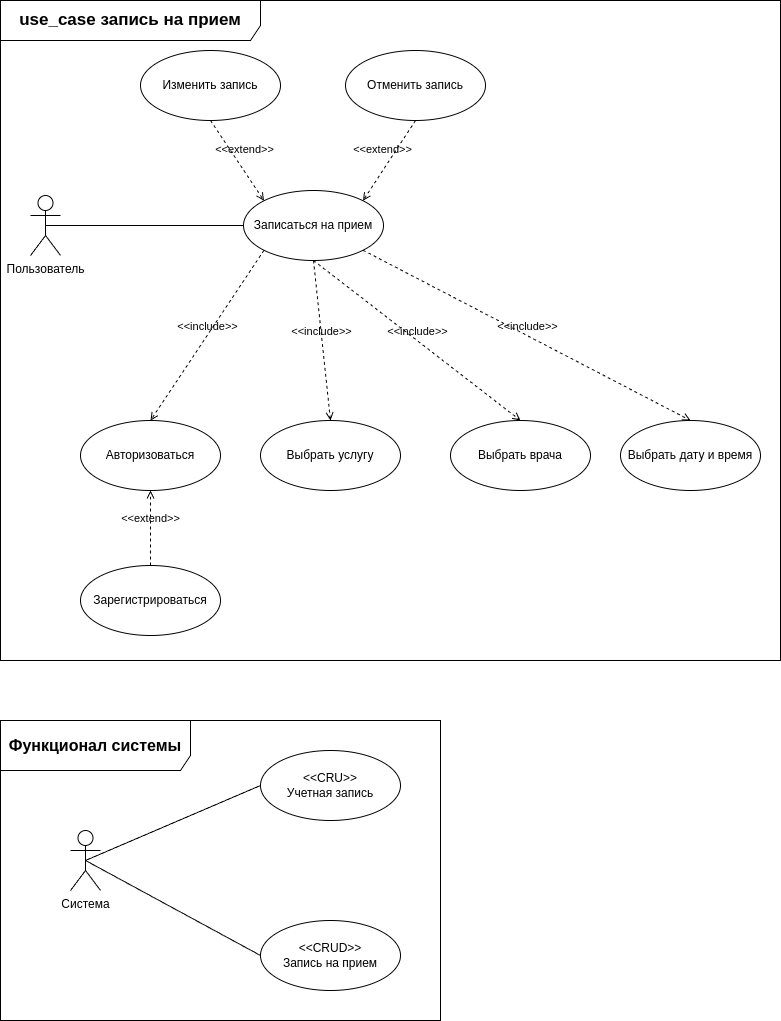
Before: lab3/use_case.png, a diagram exported from draw.io (nedeadinside/oaoaoaoaoaoaoaoa). Source tidied: cells renumbered, new cells last; positions are measured from the earlier drawing's top-left corner, leaving out a move shared by most shapes.
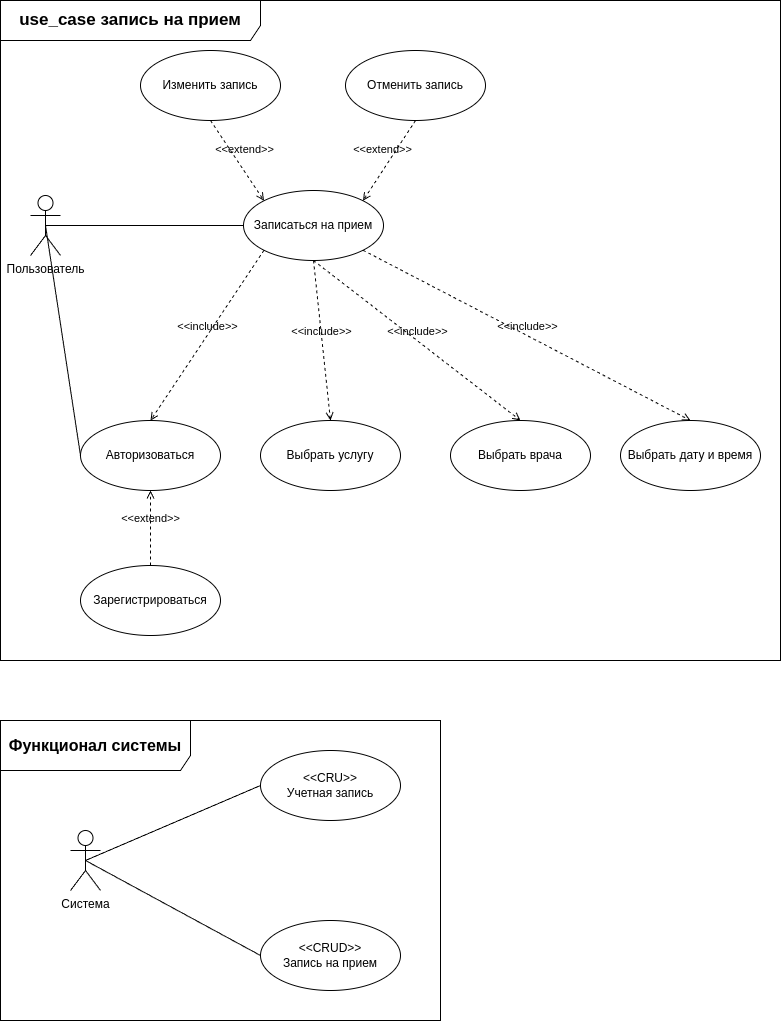
After the commit.

Change to the diagram source:
```diff
@@ -5,6 +5,9 @@
     <mxCell id="2" style="edgeStyle=orthogonalEdgeStyle;rounded=0;jettySize=auto;html=1;exitX=0.5;exitY=0.5;exitDx=0;exitDy=0;exitPerimeter=0;entryX=0;entryY=0.5;entryDx=0;entryDy=0;endArrow=none;endFill=0;" parent="1" edge="1" source="3" target="8">
       <mxGeometry relative="1" as="geometry" />
     </mxCell>
+    <mxCell id="26" style="rounded=0;jettySize=auto;html=1;exitX=0.5;exitY=0.5;exitDx=0;exitDy=0;exitPerimeter=0;entryX=0;entryY=0.5;entryDx=0;entryDy=0;endArrow=none;endFill=0;" parent="1" edge="1" source="3" target="6">
+      <mxGeometry relative="1" as="geometry" />
+    </mxCell>
     <mxCell id="3" value="Пользователь" style="shape=umlActor;verticalLabelPosition=bottom;verticalAlign=top;html=1;outlineConnect=0;" parent="1" vertex="1">
       <mxGeometry x="30" y="195" width="30" height="60" as="geometry" />
     </mxCell>
```
